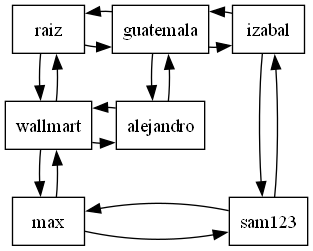
This is Proyecto1/matriz.png from SaMuEl23PaJoC23/proyecto1_EDD_2S_Diciembre, a Graphviz export, as it was before one commit. Its source is kept beside it as Proyecto1/matriz.dot.
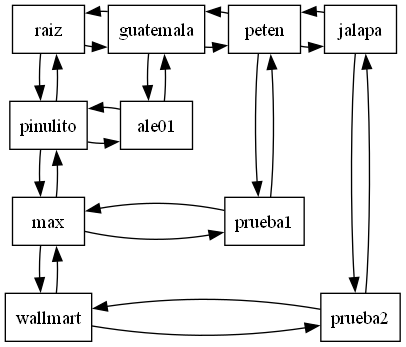
The same file after the commit.

Change to the diagram source:
```diff
@@ -15,21 +15,28 @@
 Nodo1_0->Nodo1_1
 Nodo1_0->Nodo1_1[dir = back]
 
-Nodo2_0[label = "izabal", group = "2"]
+Nodo2_0[label = "peten", group = "2"]
+Nodo2_0->Nodo3_0
+Nodo2_0->Nodo3_0[dir = back]
+
 Nodo2_0->Nodo2_2
 Nodo2_0->Nodo2_2[dir = back]
 
-{rank=same;Nodo0_0;Nodo1_0;Nodo2_0}
+Nodo3_0[label = "jalapa", group = "3"]
+Nodo3_0->Nodo3_3
+Nodo3_0->Nodo3_3[dir = back]
+
+{rank=same;Nodo0_0;Nodo1_0;Nodo2_0;Nodo3_0}
 
 
-Nodo0_1[label = "wallmart", group = "0"]
+Nodo0_1[label = "pinulito", group = "0"]
 Nodo0_1->Nodo1_1
 Nodo0_1->Nodo1_1[dir = back]
 
 Nodo0_1->Nodo0_2
 Nodo0_1->Nodo0_2[dir = back]
 
-Nodo1_1[label = "alejandro", group = "1"]
+Nodo1_1[label = "ale01", group = "1"]
 {rank=same;Nodo0_1;Nodo1_1}
 
 
@@ -37,8 +44,19 @@
 Nodo0_2->Nodo2_2
 Nodo0_2->Nodo2_2[dir = back]
 
-Nodo2_2[label = "sam123", group = "2"]
+Nodo0_2->Nodo0_3
+Nodo0_2->Nodo0_3[dir = back]
+
+Nodo2_2[label = "prueba1", group = "2"]
 {rank=same;Nodo0_2;Nodo2_2}
 
 
+Nodo0_3[label = "wallmart", group = "0"]
+Nodo0_3->Nodo3_3
+Nodo0_3->Nodo3_3[dir = back]
+
+Nodo3_3[label = "prueba2", group = "3"]
+{rank=same;Nodo0_3;Nodo3_3}
+
+
 }
```
